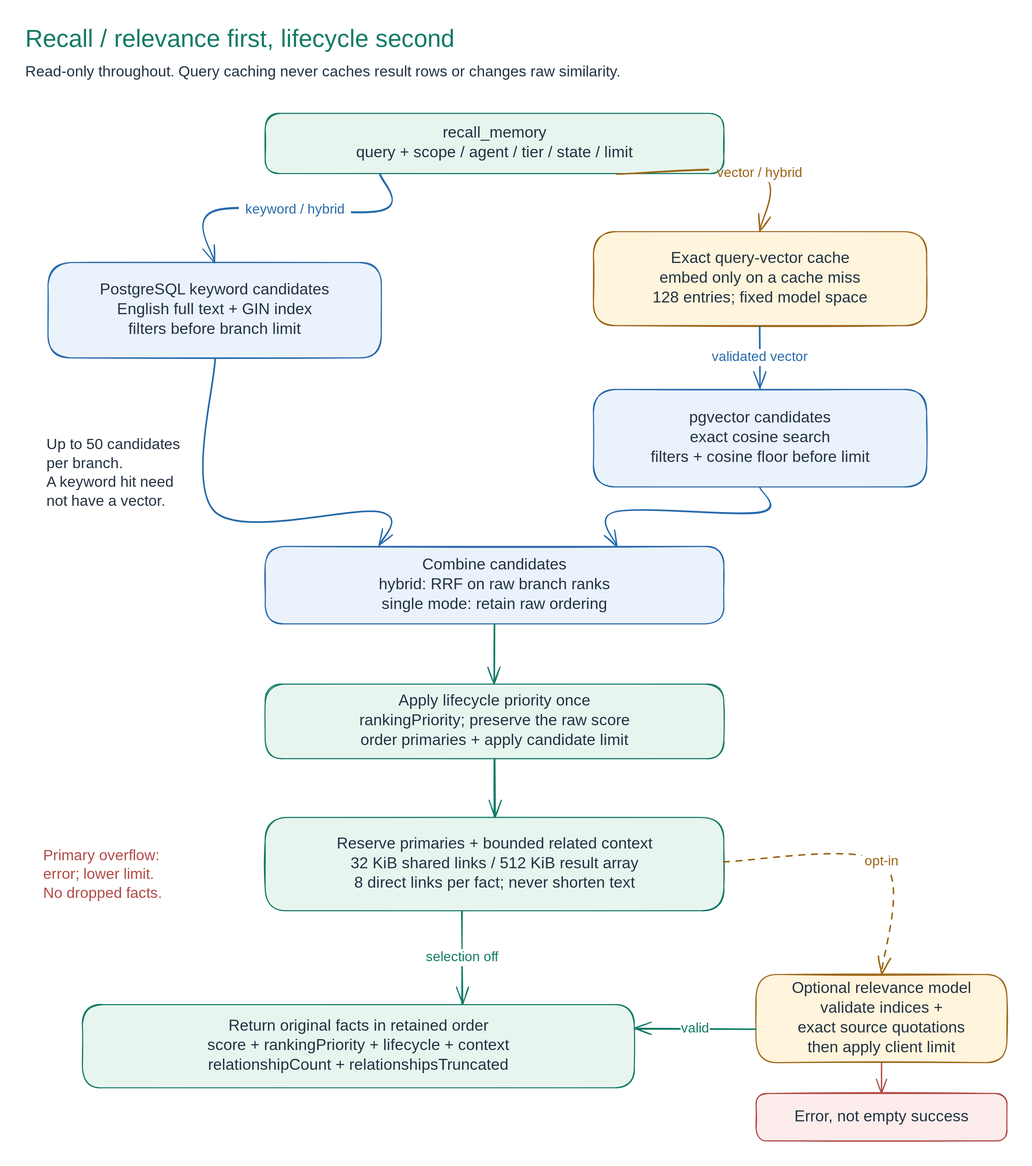
monk-eee/MindLeak-Light keeps this Excalidraw diagram as assets/architecture-recall.svg. Above is the earlier version. Source tidied: one line per element, renumbered; positions are measured from the earlier drawing's top-left corner, leaving out a move shared by most shapes.
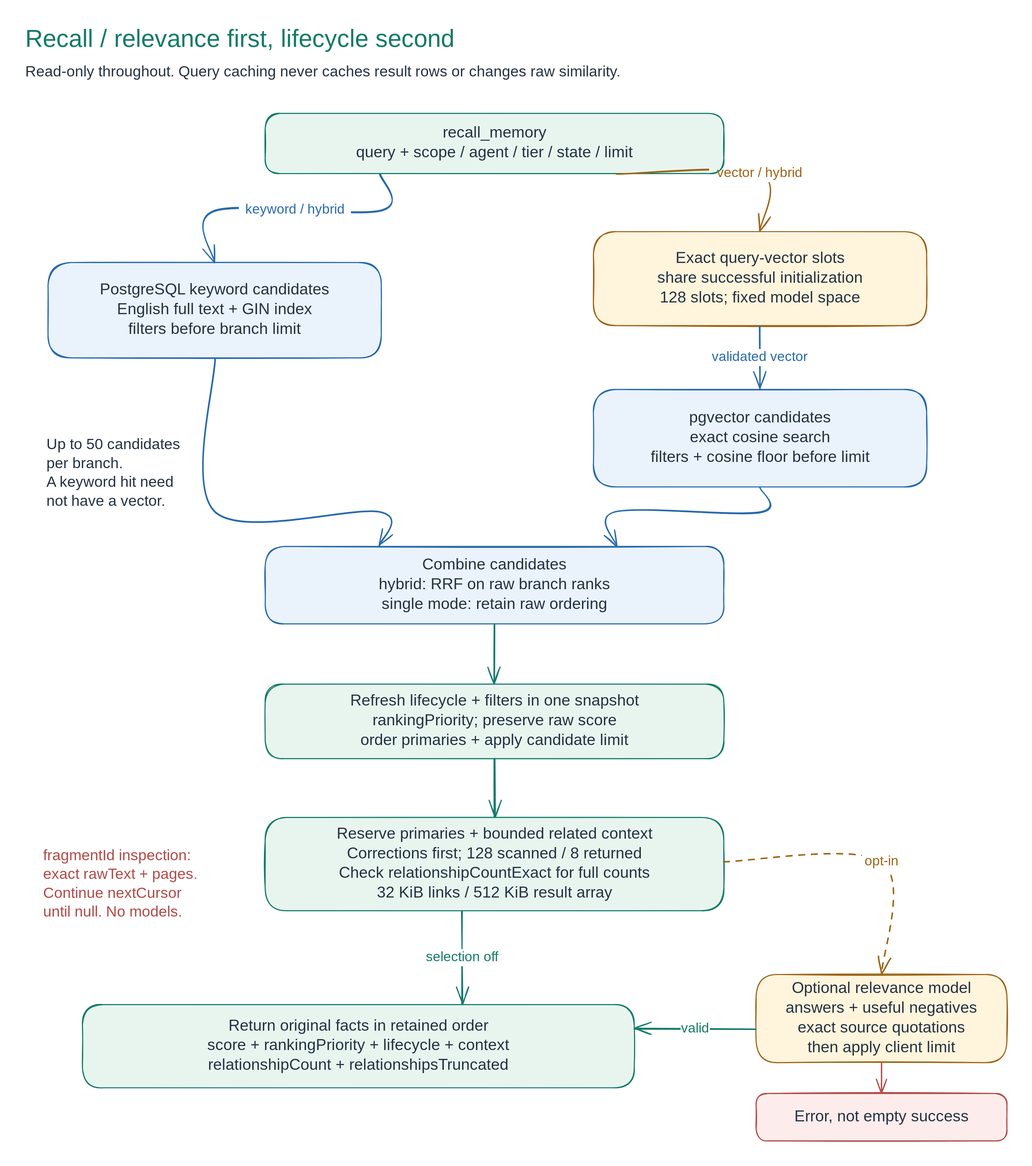
The same file after the commit.

What changed in the source:
```diff
@@ -11,7 +11,7 @@
 {"id": 10, "type": "rectangle", "strokeColor": "#137b68", "backgroundColor": "#e8f5ef", "fillStyle": "solid", "strokeWidth": 1.5, "roughness": 0.8, "round": true, "x": 80, "y": 1366, "width": 770, "height": 116}
 {"id": 11, "type": "rectangle", "strokeColor": "#b14b48", "backgroundColor": "#fceceb", "fillStyle": "solid", "strokeWidth": 1.5, "roughness": 0.8, "round": true, "x": 1020, "y": 1490, "width": 350, "height": 66}
 {"id": 12, "type": "text", "text": "Up to 50 candidates\nper branch.\nA keyword hit need\nnot have a vector.", "strokeColor": "#243343", "strokeWidth": 2, "roughness": 1, "fontSize": 21, "fontFamily": 5, "x": 30, "y": 573, "width": 214, "height": 105}
-{"id": 13, "type": "text", "text": "Primary overflow:\nerror; lower limit.\nNo dropped facts.", "strokeColor": "#b14b48", "strokeWidth": 2, "roughness": 1, "fontSize": 21, "fontFamily": 5, "x": 25, "y": 1146, "width": 185, "height": 79}
+{"id": 13, "type": "text", "text": "fragmentId inspection:\nexact rawText + pages.\nContinue nextCursor\nuntil null. No models.", "strokeColor": "#b14b48", "strokeWidth": 2, "roughness": 1, "fontSize": 21, "fontFamily": 5, "x": 25, "y": 1146, "width": 244, "height": 105}
 {"id": 14, "type": "arrow", "strokeColor": "#286aab", "strokeWidth": 1.6, "roughness": 0.7, "endArrowhead": "arrow", "round": true, "from": 2, "to": 3, "x": 495, "y": 208, "width": 230, "height": 123, "points": [[0, 0], [0, 52], [-230, 52], [-230, 123]]}
 {"id": 15, "type": "arrow", "strokeColor": "#9b6517", "strokeWidth": 1.6, "roughness": 0.7, "endArrowhead": "arrow", "round": true, "from": 2, "to": 4, "x": 825, "y": 208, "width": 200, "height": 80, "points": [[0, 0], [200, 0], [200, 80]]}
 {"id": 16, "type": "arrow", "strokeColor": "#286aab", "strokeWidth": 1.6, "roughness": 0.7, "endArrowhead": "arrow", "round": true, "from": 4, "to": 5, "x": 1025, "y": 420, "width": 0, "height": 88, "points": [[0, 0], [0, 88]]}
@@ -25,12 +25,12 @@
 {"id": 24, "type": "arrow", "strokeColor": "#b14b48", "strokeWidth": 1.6, "roughness": 0.7, "endArrowhead": "arrow", "round": true, "from": 9, "to": 11, "x": 1195, "y": 1448, "width": 0, "height": 42, "points": [[0, 0], [0, 42]]}
 {"id": 25, "type": "text", "text": "recall_memory\nquery + scope / agent / tier / state / limit", "strokeColor": "#243343", "strokeWidth": 2, "roughness": 1, "fontSize": 22, "fontFamily": 5, "textAlign": "center", "verticalAlign": "middle", "inside": 2, "x": 421, "y": 138, "width": 468, "height": 55}
 {"id": 26, "type": "text", "text": "PostgreSQL keyword candidates\nEnglish full text + GIN index\nfilters before branch limit", "strokeColor": "#243343", "strokeWidth": 2, "roughness": 1, "fontSize": 22, "fontFamily": 5, "textAlign": "center", "verticalAlign": "middle", "inside": 3, "x": 91, "y": 356, "width": 347, "height": 82}
-{"id": 27, "type": "text", "text": "Exact query-vector cache\nembed only on a cache miss\n128 entries; fixed model space", "strokeColor": "#243343", "strokeWidth": 2, "roughness": 1, "fontSize": 22, "fontFamily": 5, "textAlign": "center", "verticalAlign": "middle", "inside": 4, "x": 862, "y": 312, "width": 326, "height": 82}
+{"id": 27, "type": "text", "text": "Exact query-vector slots\nshare successful initialization\n128 slots; fixed model space", "strokeColor": "#243343", "strokeWidth": 2, "roughness": 1, "fontSize": 22, "fontFamily": 5, "textAlign": "center", "verticalAlign": "middle", "inside": 4, "x": 868, "y": 312, "width": 315, "height": 82}
 {"id": 28, "type": "text", "text": "pgvector candidates\nexact cosine search\nfilters + cosine floor before limit", "strokeColor": "#243343", "strokeWidth": 2, "roughness": 1, "fontSize": 22, "fontFamily": 5, "textAlign": "center", "verticalAlign": "middle", "inside": 5, "x": 851, "y": 535, "width": 350, "height": 82}
 {"id": 29, "type": "text", "text": "Combine candidates\nhybrid: RRF on raw branch ranks\nsingle mode: retain raw ordering", "strokeColor": "#243343", "strokeWidth": 2, "roughness": 1, "fontSize": 22, "fontFamily": 5, "textAlign": "center", "verticalAlign": "middle", "inside": 6, "x": 482, "y": 740, "width": 346, "height": 82}
-{"id": 30, "type": "text", "text": "Apply lifecycle priority once\nrankingPriority; preserve the raw score\norder primaries + apply candidate limit", "strokeColor": "#243343", "strokeWidth": 2, "roughness": 1, "fontSize": 22, "fontFamily": 5, "textAlign": "center", "verticalAlign": "middle", "inside": 7, "x": 448, "y": 930, "width": 415, "height": 82}
+{"id": 30, "type": "text", "text": "Refresh lifecycle + filters in one snapshot\nrankingPriority; preserve raw score\norder primaries + apply candidate limit", "strokeColor": "#243343", "strokeWidth": 2, "roughness": 1, "fontSize": 22, "fontFamily": 5, "textAlign": "center", "verticalAlign": "middle", "inside": 7, "x": 430, "y": 930, "width": 450, "height": 82}
-{"id": 31, "type": "text", "text": "Reserve primaries + bounded related context\n32 KiB shared links / 512 KiB result array\n8 direct links per fact; never shorten text", "strokeColor": "#243343", "strokeWidth": 2, "roughness": 1, "fontSize": 22, "fontFamily": 5, "textAlign": "center", "verticalAlign": "middle", "inside": 8, "x": 415, "y": 1129, "width": 481, "height": 82}
+{"id": 31, "type": "text", "text": "Reserve primaries + bounded related context\nCorrections first; 128 scanned / 8 returned\nCheck relationshipCountExact for full counts\n32 KiB links / 512 KiB result array", "strokeColor": "#243343", "strokeWidth": 2, "roughness": 1, "fontSize": 22, "fontFamily": 5, "textAlign": "center", "verticalAlign": "middle", "inside": 8, "x": 413, "y": 1115, "width": 483, "height": 110}
-{"id": 32, "type": "text", "text": "Optional relevance model\nvalidate indices +\nexact source quotations\nthen apply client limit", "strokeColor": "#243343", "strokeWidth": 2, "roughness": 1, "fontSize": 22, "fontFamily": 5, "textAlign": "center", "verticalAlign": "middle", "inside": 9, "x": 1063, "y": 1330, "width": 263, "height": 110}
+{"id": 32, "type": "text", "text": "Optional relevance model\nanswers + useful negatives\nexact source quotations\nthen apply client limit", "strokeColor": "#243343", "strokeWidth": 2, "roughness": 1, "fontSize": 22, "fontFamily": 5, "textAlign": "center", "verticalAlign": "middle", "inside": 9, "x": 1051, "y": 1330, "width": 288, "height": 110}
 {"id": 33, "type": "text", "text": "Return original facts in retained order\nscore + rankingPriority + lifecycle + context\nrelationshipCount + relationshipsTruncated", "strokeColor": "#243343", "strokeWidth": 2, "roughness": 1, "fontSize": 22, "fontFamily": 5, "textAlign": "center", "verticalAlign": "middle", "inside": 10, "x": 230, "y": 1383, "width": 470, "height": 82}
 {"id": 34, "type": "text", "text": "Error, not empty success", "strokeColor": "#243343", "strokeWidth": 2, "roughness": 1, "fontSize": 22, "fontFamily": 5, "textAlign": "center", "verticalAlign": "middle", "inside": 11, "x": 1061, "y": 1509, "width": 268, "height": 28}
 {"id": 35, "type": "text", "text": "keyword / hybrid", "strokeColor": "#286aab", "strokeWidth": 2, "roughness": 1, "fontSize": 19, "fontFamily": 5, "textAlign": "center", "verticalAlign": "middle", "inside": 14, "x": 298, "y": 246, "width": 156, "height": 24}
```
